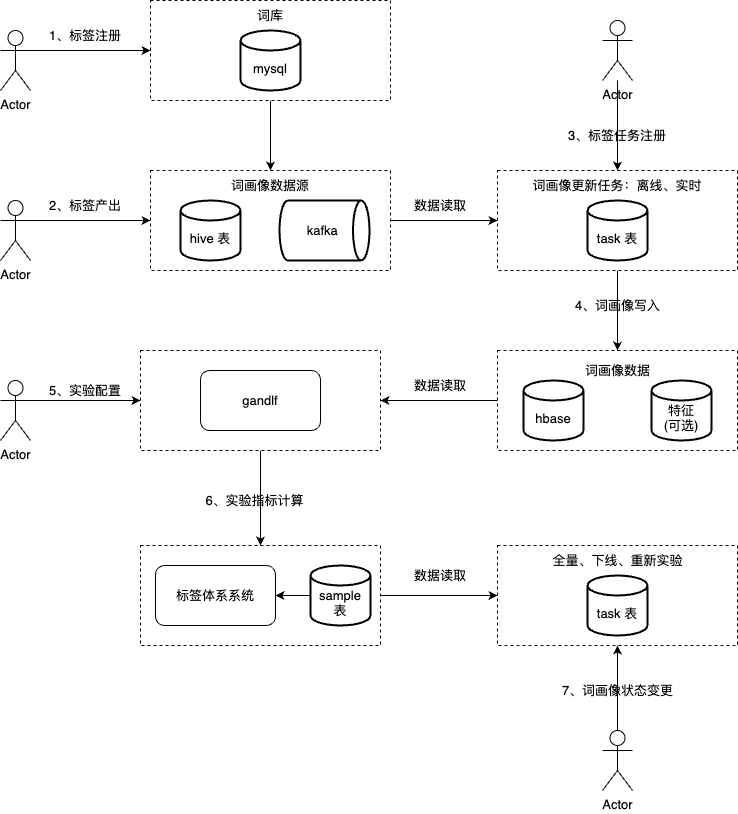
Before: work-draw-file/标签体系平台化初版流程图.png, a diagram exported from draw.io (liujunao/draw-data). Source tidied: cells renumbered, new cells last; positions are measured from the earlier drawing's top-left corner, leaving out a move shared by most shapes. The source it was exported from:
```xml
<mxGraphModel>
  <root>
    <mxCell id="0" />
    <mxCell id="1" parent="0" />
    <mxCell id="2" style="edgeStyle=orthogonalEdgeStyle;rounded=0;jettySize=auto;html=1;exitX=0;exitY=0.5;exitDx=0;exitDy=0;entryX=1;entryY=0.5;entryDx=0;entryDy=0;" parent="1" edge="1" source="3" target="33">
      <mxGeometry relative="1" as="geometry" />
    </mxCell>
    <mxCell id="3" style="rounded=0;whiteSpace=wrap;html=1;dashed=1;" parent="1" vertex="1">
      <mxGeometry x="497" y="350" width="240" height="100" as="geometry" />
    </mxCell>
    <mxCell id="4" style="edgeStyle=orthogonalEdgeStyle;rounded=0;jettySize=auto;html=1;exitX=0.5;exitY=1;exitDx=0;exitDy=0;" parent="1" edge="1" source="5" target="18">
      <mxGeometry relative="1" as="geometry" />
    </mxCell>
    <mxCell id="5" style="rounded=0;whiteSpace=wrap;html=1;dashed=1;" parent="1" vertex="1">
      <mxGeometry x="150" width="240" height="100" as="geometry" />
    </mxCell>
    <mxCell id="6" style="edgeStyle=orthogonalEdgeStyle;rounded=0;jettySize=auto;html=1;exitX=0.5;exitY=1;exitDx=0;exitDy=0;" parent="1" edge="1" source="7" target="3">
      <mxGeometry relative="1" as="geometry" />
    </mxCell>
    <mxCell id="7" style="rounded=0;whiteSpace=wrap;html=1;dashed=1;" parent="1" vertex="1">
      <mxGeometry x="497" y="170" width="240" height="100" as="geometry" />
    </mxCell>
    <mxCell id="8" style="edgeStyle=orthogonalEdgeStyle;rounded=0;jettySize=auto;html=1;exitX=1;exitY=0.5;exitDx=0;exitDy=0;" parent="1" edge="1" source="9" target="7">
      <mxGeometry relative="1" as="geometry" />
    </mxCell>
    <mxCell id="9" style="rounded=0;whiteSpace=wrap;html=1;dashed=1;" parent="1" vertex="1">
      <mxGeometry x="150" y="170" width="240" height="100" as="geometry" />
    </mxCell>
    <mxCell id="10" value="&lt;br&gt;hive 表" style="strokeWidth=2;html=1;shape=mxgraph.flowchart.database;whiteSpace=wrap;" parent="1" vertex="1">
      <mxGeometry x="180" y="200" width="60" height="60" as="geometry" />
    </mxCell>
    <mxCell id="11" value="kafka&amp;nbsp;" style="strokeWidth=2;html=1;shape=mxgraph.flowchart.direct_data;whiteSpace=wrap;" parent="1" vertex="1">
      <mxGeometry x="279" y="200" width="90" height="60" as="geometry" />
    </mxCell>
    <mxCell id="12" value="&lt;br&gt;mysql" style="strokeWidth=2;html=1;shape=mxgraph.flowchart.database;whiteSpace=wrap;" parent="1" vertex="1">
      <mxGeometry x="240" y="30" width="60" height="60" as="geometry" />
    </mxCell>
    <mxCell id="13" style="edgeStyle=orthogonalEdgeStyle;rounded=0;jettySize=auto;html=1;exitX=1;exitY=0.3333333333333333;exitDx=0;exitDy=0;exitPerimeter=0;entryX=0;entryY=0.5;entryDx=0;entryDy=0;" parent="1" edge="1" source="14" target="5">
      <mxGeometry relative="1" as="geometry" />
    </mxCell>
    <mxCell id="14" value="Actor" style="shape=umlActor;verticalLabelPosition=bottom;verticalAlign=top;html=1;outlineConnect=0;" parent="1" vertex="1">
      <mxGeometry y="30" width="30" height="60" as="geometry" />
    </mxCell>
    <mxCell id="15" style="edgeStyle=orthogonalEdgeStyle;rounded=0;jettySize=auto;html=1;exitX=1;exitY=0.3333333333333333;exitDx=0;exitDy=0;exitPerimeter=0;" parent="1" edge="1" source="16" target="9">
      <mxGeometry relative="1" as="geometry" />
    </mxCell>
    <mxCell id="16" value="Actor" style="shape=umlActor;verticalLabelPosition=bottom;verticalAlign=top;html=1;outlineConnect=0;" parent="1" vertex="1">
      <mxGeometry y="200" width="30" height="60" as="geometry" />
    </mxCell>
    <mxCell id="17" value="2、标签产出" style="text;html=1;strokeColor=none;fillColor=none;align=center;verticalAlign=middle;whiteSpace=wrap;rounded=0;" parent="1" vertex="1">
      <mxGeometry x="45" y="190" width="80" height="30" as="geometry" />
    </mxCell>
    <mxCell id="18" value="词画像数据源" style="text;html=1;strokeColor=none;fillColor=none;align=center;verticalAlign=middle;whiteSpace=wrap;rounded=0;" parent="1" vertex="1">
      <mxGeometry x="220" y="170" width="100" height="30" as="geometry" />
    </mxCell>
    <mxCell id="19" value="词库" style="text;html=1;strokeColor=none;fillColor=none;align=center;verticalAlign=middle;whiteSpace=wrap;rounded=0;" parent="1" vertex="1">
      <mxGeometry x="240" width="60" height="30" as="geometry" />
    </mxCell>
    <mxCell id="20" value="&lt;br&gt;task 表" style="strokeWidth=2;html=1;shape=mxgraph.flowchart.database;whiteSpace=wrap;" parent="1" vertex="1">
      <mxGeometry x="587" y="200" width="60" height="60" as="geometry" />
    </mxCell>
    <mxCell id="21" value="词画像更新任务：离线、实时" style="text;html=1;strokeColor=none;fillColor=none;align=center;verticalAlign=middle;whiteSpace=wrap;rounded=0;" parent="1" vertex="1">
      <mxGeometry x="523" y="175" width="188" height="20" as="geometry" />
    </mxCell>
    <mxCell id="22" style="edgeStyle=orthogonalEdgeStyle;rounded=0;jettySize=auto;html=1;" parent="1" edge="1" source="23" target="7">
      <mxGeometry relative="1" as="geometry" />
    </mxCell>
    <mxCell id="23" value="Actor" style="shape=umlActor;verticalLabelPosition=bottom;verticalAlign=top;html=1;outlineConnect=0;" parent="1" vertex="1">
      <mxGeometry x="602" y="20" width="30" height="60" as="geometry" />
    </mxCell>
    <mxCell id="24" value="1、标签注册" style="text;html=1;strokeColor=none;fillColor=none;align=center;verticalAlign=middle;whiteSpace=wrap;rounded=0;" parent="1" vertex="1">
      <mxGeometry x="40" y="20" width="90" height="30" as="geometry" />
    </mxCell>
    <mxCell id="25" value="3、标签任务注册" style="text;html=1;strokeColor=none;fillColor=none;align=center;verticalAlign=middle;whiteSpace=wrap;rounded=0;" parent="1" vertex="1">
      <mxGeometry x="560.2" y="120" width="113.5" height="30" as="geometry" />
    </mxCell>
    <mxCell id="26" value="&lt;br&gt;hbase" style="strokeWidth=2;html=1;shape=mxgraph.flowchart.database;whiteSpace=wrap;" parent="1" vertex="1">
      <mxGeometry x="523" y="380" width="60" height="60" as="geometry" />
    </mxCell>
    <mxCell id="27" value="&lt;br&gt;特征&lt;br&gt;(可选)" style="strokeWidth=2;html=1;shape=mxgraph.flowchart.database;whiteSpace=wrap;" parent="1" vertex="1">
      <mxGeometry x="651" y="380" width="60" height="60" as="geometry" />
    </mxCell>
    <mxCell id="28" value="4、词画像写入" style="text;html=1;strokeColor=none;fillColor=none;align=center;verticalAlign=middle;whiteSpace=wrap;rounded=0;" parent="1" vertex="1">
      <mxGeometry x="570.5" y="290" width="93" height="30" as="geometry" />
    </mxCell>
    <mxCell id="29" value="词画像数据" style="text;html=1;strokeColor=none;fillColor=none;align=center;verticalAlign=middle;whiteSpace=wrap;rounded=0;" parent="1" vertex="1">
      <mxGeometry x="575.5" y="360" width="83" height="20" as="geometry" />
    </mxCell>
    <mxCell id="30" style="edgeStyle=orthogonalEdgeStyle;rounded=0;jettySize=auto;html=1;exitX=1;exitY=0.3333333333333333;exitDx=0;exitDy=0;exitPerimeter=0;" parent="1" edge="1" source="31" target="33">
      <mxGeometry relative="1" as="geometry" />
    </mxCell>
    <mxCell id="31" value="Actor" style="shape=umlActor;verticalLabelPosition=bottom;verticalAlign=top;html=1;outlineConnect=0;" parent="1" vertex="1">
      <mxGeometry y="380" width="30" height="60" as="geometry" />
    </mxCell>
    <mxCell id="32" style="edgeStyle=orthogonalEdgeStyle;rounded=0;jettySize=auto;html=1;exitX=0.5;exitY=1;exitDx=0;exitDy=0;entryX=0.5;entryY=0;entryDx=0;entryDy=0;" parent="1" edge="1" source="33" target="37">
      <mxGeometry relative="1" as="geometry" />
    </mxCell>
    <mxCell id="33" style="rounded=0;whiteSpace=wrap;html=1;dashed=1;" parent="1" vertex="1">
      <mxGeometry x="140" y="350" width="240" height="100" as="geometry" />
    </mxCell>
    <mxCell id="34" value="5、实验配置" style="text;html=1;strokeColor=none;fillColor=none;align=center;verticalAlign=middle;whiteSpace=wrap;rounded=0;" parent="1" vertex="1">
      <mxGeometry x="40" y="380" width="90" height="20" as="geometry" />
    </mxCell>
    <mxCell id="35" value="gandlf" style="rounded=1;whiteSpace=wrap;html=1;" parent="1" vertex="1">
      <mxGeometry x="200" y="370" width="120" height="60" as="geometry" />
    </mxCell>
    <mxCell id="36" style="edgeStyle=orthogonalEdgeStyle;rounded=0;jettySize=auto;html=1;exitX=1;exitY=0.5;exitDx=0;exitDy=0;entryX=0;entryY=0.5;entryDx=0;entryDy=0;" parent="1" edge="1" source="37" target="40">
      <mxGeometry relative="1" as="geometry" />
    </mxCell>
    <mxCell id="37" style="rounded=0;whiteSpace=wrap;html=1;dashed=1;" parent="1" vertex="1">
      <mxGeometry x="140" y="545" width="240" height="100" as="geometry" />
    </mxCell>
    <mxCell id="38" value="标签体系系统" style="rounded=1;whiteSpace=wrap;html=1;" parent="1" vertex="1">
      <mxGeometry x="155" y="565" width="120" height="60" as="geometry" />
    </mxCell>
    <mxCell id="39" value="6、实验指标计算" style="text;html=1;strokeColor=none;fillColor=none;align=center;verticalAlign=middle;whiteSpace=wrap;rounded=0;" parent="1" vertex="1">
      <mxGeometry x="180" y="490" width="149" height="20" as="geometry" />
    </mxCell>
    <mxCell id="40" style="rounded=0;whiteSpace=wrap;html=1;dashed=1;" parent="1" vertex="1">
      <mxGeometry x="497" y="545" width="240" height="100" as="geometry" />
    </mxCell>
    <mxCell id="41" value="全量、下线、重新实验" style="text;html=1;strokeColor=none;fillColor=none;align=center;verticalAlign=middle;whiteSpace=wrap;rounded=0;" parent="1" vertex="1">
      <mxGeometry x="543.5" y="545" width="147" height="30" as="geometry" />
    </mxCell>
    <mxCell id="42" style="edgeStyle=orthogonalEdgeStyle;rounded=0;jettySize=auto;html=1;exitX=0.5;exitY=0;exitDx=0;exitDy=0;exitPerimeter=0;entryX=0.5;entryY=1;entryDx=0;entryDy=0;" parent="1" edge="1" source="43" target="40">
      <mxGeometry relative="1" as="geometry" />
    </mxCell>
    <mxCell id="43" value="Actor" style="shape=umlActor;verticalLabelPosition=bottom;verticalAlign=top;html=1;outlineConnect=0;" parent="1" vertex="1">
      <mxGeometry x="602" y="730" width="30" height="60" as="geometry" />
    </mxCell>
    <mxCell id="44" style="edgeStyle=orthogonalEdgeStyle;rounded=0;jettySize=auto;html=1;exitX=0;exitY=0.5;exitDx=0;exitDy=0;exitPerimeter=0;entryX=1;entryY=0.5;entryDx=0;entryDy=0;" parent="1" edge="1" source="45" target="38">
      <mxGeometry relative="1" as="geometry" />
    </mxCell>
    <mxCell id="45" value="&lt;br&gt;sample 表" style="strokeWidth=2;html=1;shape=mxgraph.flowchart.database;whiteSpace=wrap;" parent="1" vertex="1">
      <mxGeometry x="310" y="565" width="60" height="60" as="geometry" />
    </mxCell>
    <mxCell id="46" value="&lt;br&gt;task 表" style="strokeWidth=2;html=1;shape=mxgraph.flowchart.database;whiteSpace=wrap;" parent="1" vertex="1">
      <mxGeometry x="587" y="575" width="60" height="60" as="geometry" />
    </mxCell>
    <mxCell id="47" value="7、词画像状态变更" style="text;html=1;strokeColor=none;fillColor=none;align=center;verticalAlign=middle;whiteSpace=wrap;rounded=0;" parent="1" vertex="1">
      <mxGeometry x="552.5" y="680" width="129" height="20" as="geometry" />
    </mxCell>
    <mxCell id="48" value="数据读取" style="text;html=1;strokeColor=none;fillColor=none;align=center;verticalAlign=middle;whiteSpace=wrap;rounded=0;" parent="1" vertex="1">
      <mxGeometry x="410" y="190" width="60" height="30" as="geometry" />
    </mxCell>
    <mxCell id="49" value="数据读取" style="text;html=1;strokeColor=none;fillColor=none;align=center;verticalAlign=middle;whiteSpace=wrap;rounded=0;" parent="1" vertex="1">
      <mxGeometry x="410" y="370" width="60" height="30" as="geometry" />
    </mxCell>
    <mxCell id="50" value="数据读取" style="text;html=1;strokeColor=none;fillColor=none;align=center;verticalAlign=middle;whiteSpace=wrap;rounded=0;" parent="1" vertex="1">
      <mxGeometry x="410" y="560" width="60" height="30" as="geometry" />
    </mxCell>
  </root>
</mxGraphModel>
```
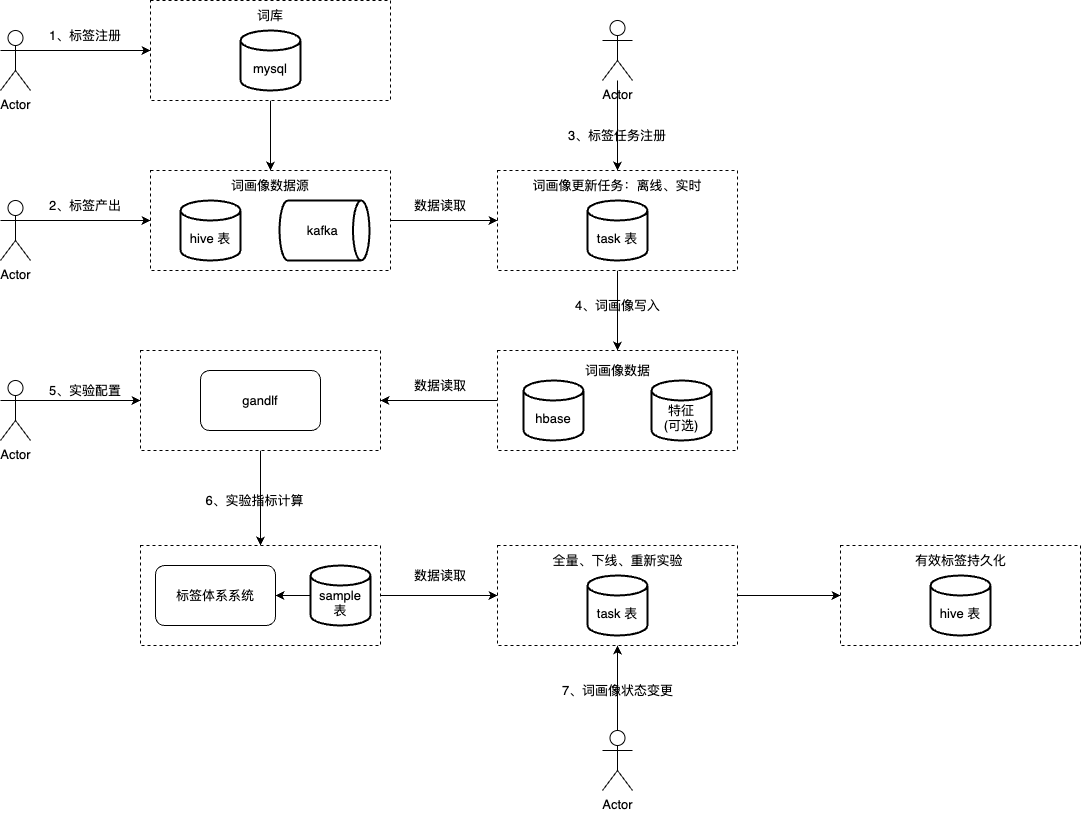
The same diagram one commit later.

Commit message:
更新标签体系平台化初版流程图.png

What changed in the source:
```diff
@@ -116,6 +116,9 @@
     <mxCell id="39" value="6、实验指标计算" style="text;html=1;strokeColor=none;fillColor=none;align=center;verticalAlign=middle;whiteSpace=wrap;rounded=0;" parent="1" vertex="1">
       <mxGeometry x="180" y="490" width="149" height="20" as="geometry" />
     </mxCell>
+    <mxCell id="51" style="edgeStyle=orthogonalEdgeStyle;rounded=0;jettySize=auto;html=1;exitX=1;exitY=0.5;exitDx=0;exitDy=0;entryX=0;entryY=0.5;entryDx=0;entryDy=0;" parent="1" edge="1" source="40" target="52">
+      <mxGeometry relative="1" as="geometry" />
+    </mxCell>
     <mxCell id="40" style="rounded=0;whiteSpace=wrap;html=1;dashed=1;" parent="1" vertex="1">
       <mxGeometry x="497" y="545" width="240" height="100" as="geometry" />
     </mxCell>
@@ -149,5 +152,14 @@
     <mxCell id="50" value="数据读取" style="text;html=1;strokeColor=none;fillColor=none;align=center;verticalAlign=middle;whiteSpace=wrap;rounded=0;" parent="1" vertex="1">
       <mxGeometry x="410" y="560" width="60" height="30" as="geometry" />
     </mxCell>
+    <mxCell id="52" style="rounded=0;whiteSpace=wrap;html=1;dashed=1;" parent="1" vertex="1">
+      <mxGeometry x="840" y="545" width="240" height="100" as="geometry" />
+    </mxCell>
+    <mxCell id="53" value="有效标签持久化" style="text;html=1;strokeColor=none;fillColor=none;align=center;verticalAlign=middle;whiteSpace=wrap;rounded=0;" parent="1" vertex="1">
+      <mxGeometry x="886.5" y="545" width="147" height="30" as="geometry" />
+    </mxCell>
+    <mxCell id="54" value="&lt;br&gt;hive 表" style="strokeWidth=2;html=1;shape=mxgraph.flowchart.database;whiteSpace=wrap;" parent="1" vertex="1">
+      <mxGeometry x="930" y="575" width="60" height="60" as="geometry" />
+    </mxCell>
   </root>
 </mxGraphModel>
```
